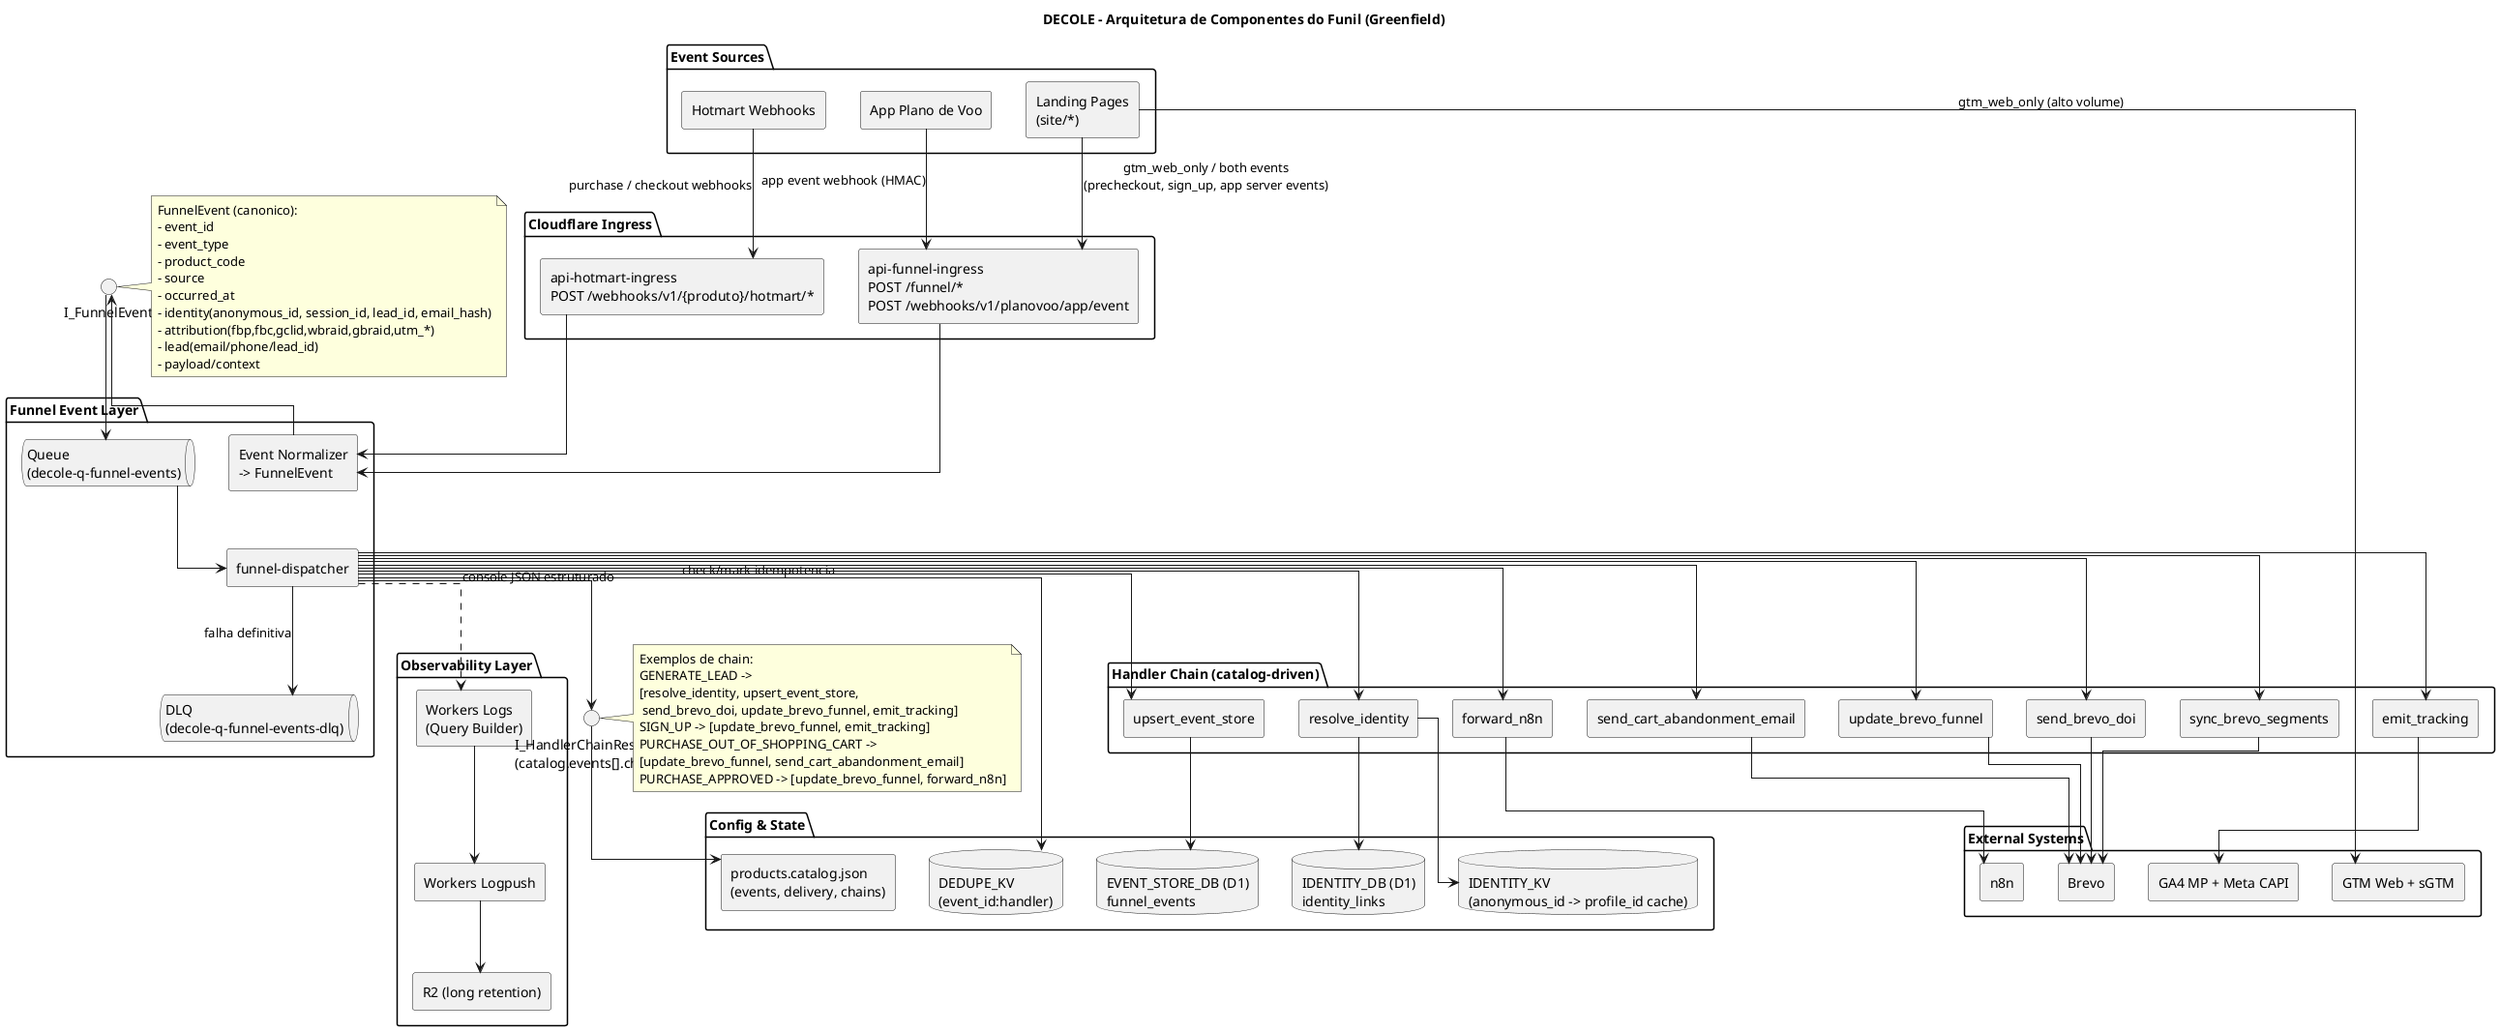
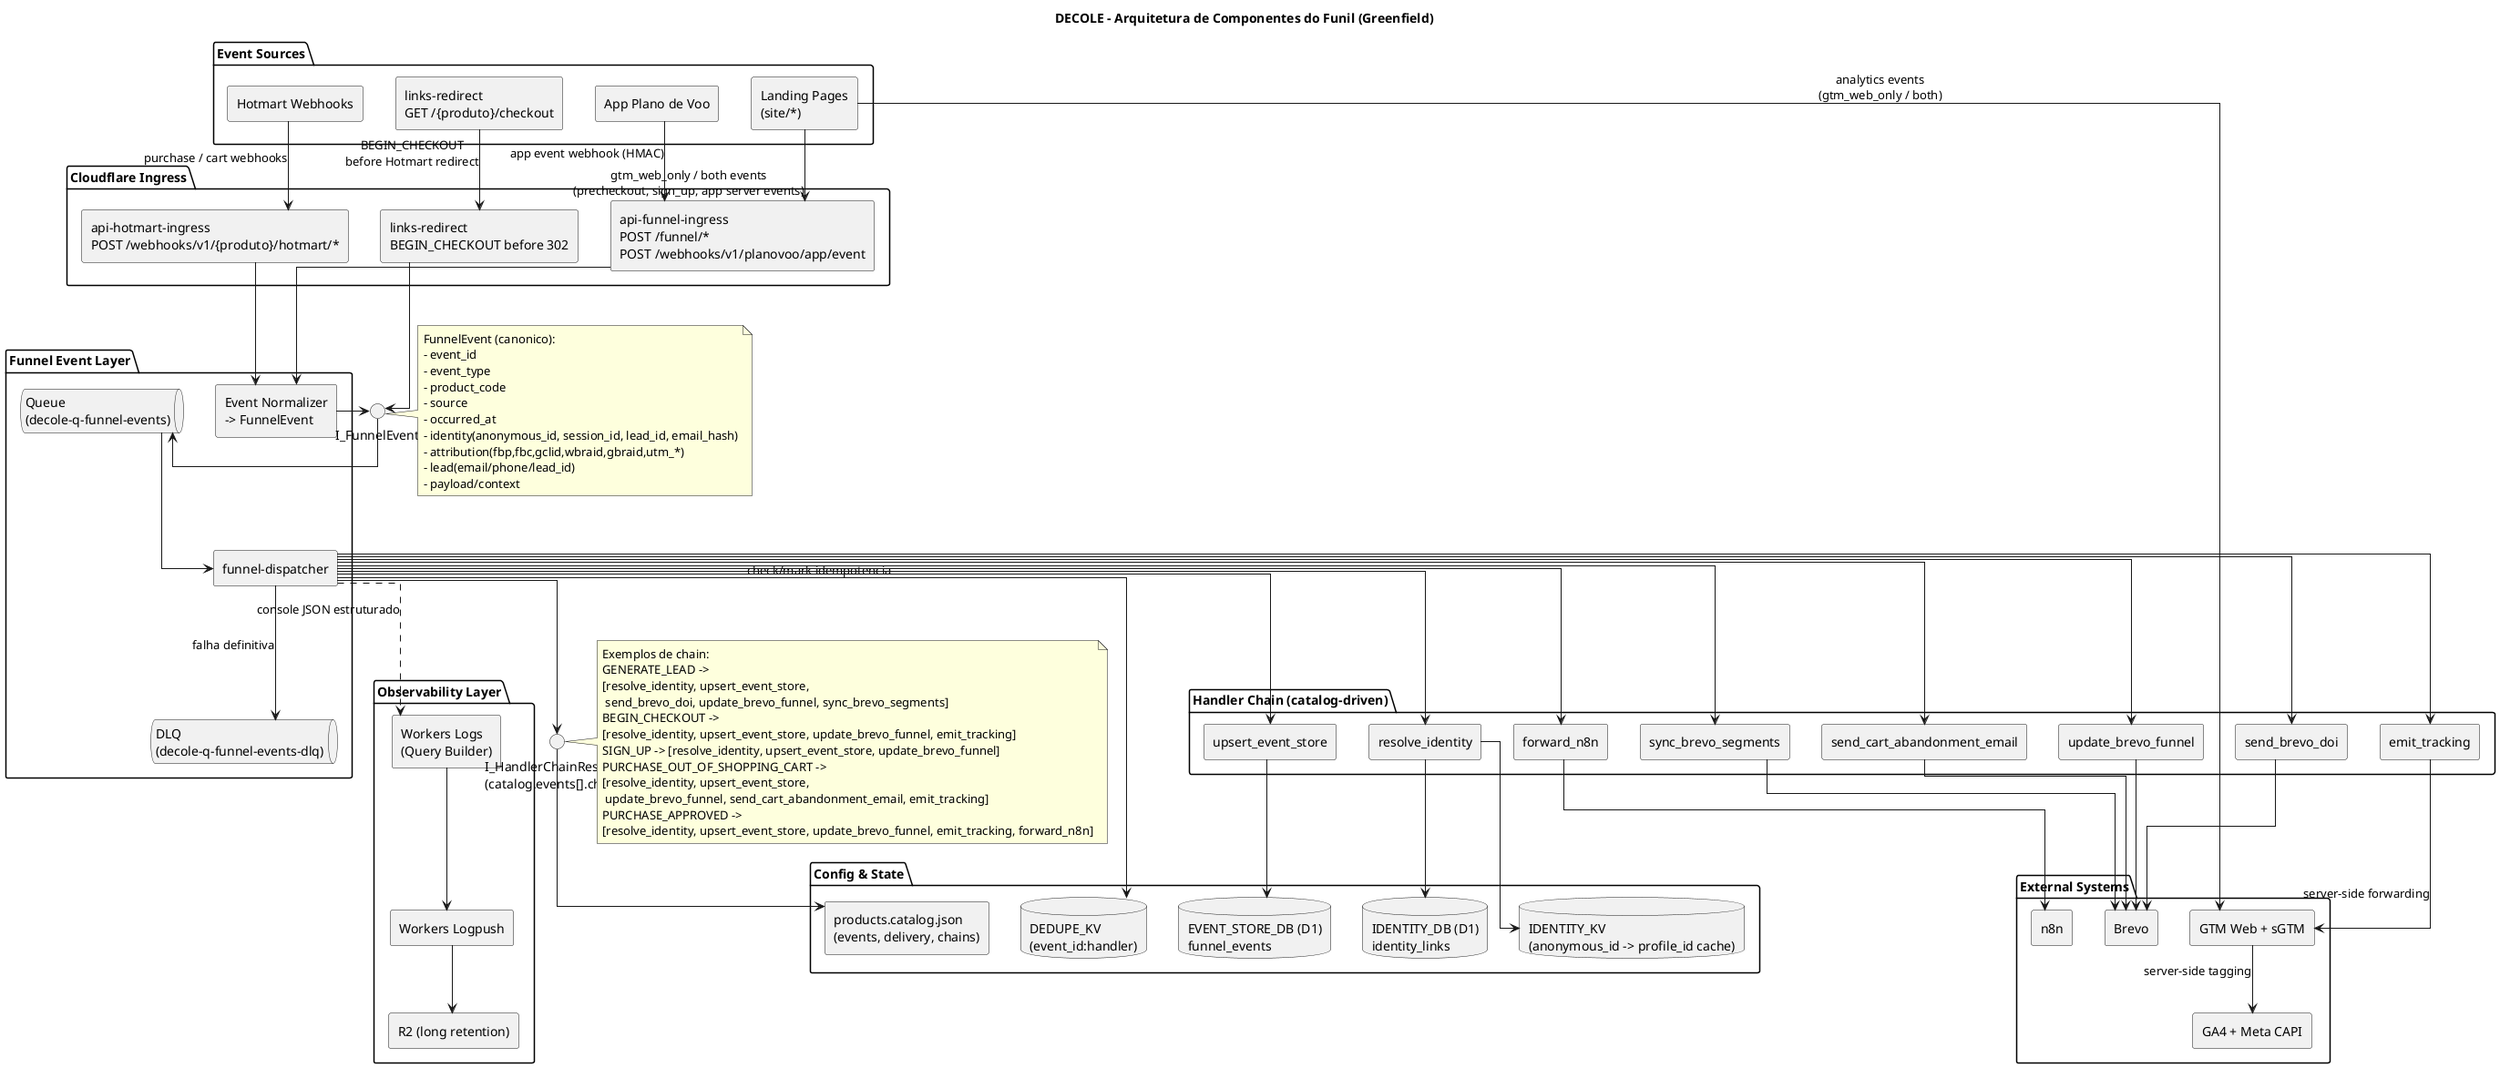
@startuml
title DECOLE - Arquitetura de Componentes do Funil (Greenfield)

skinparam shadowing false
skinparam componentStyle rectangle
skinparam linetype ortho

package "Event Sources" {
  [Landing Pages\n(site/*)] as src_site
  [App Plano de Voo] as src_app
+   [links-redirect\nGET /{produto}/checkout] as src_links
  [Hotmart Webhooks] as src_hotmart
}

package "Cloudflare Ingress" {
  [api-funnel-ingress\nPOST /funnel/*\nPOST /webhooks/v1/planovoo/app/event] as ingress_funnel
+   [links-redirect\nBEGIN_CHECKOUT before 302] as ingress_links
  [api-hotmart-ingress\nPOST /webhooks/v1/{produto}/hotmart/*] as ingress_hotmart
}

package "Funnel Event Layer" {
  [Event Normalizer\n-> FunnelEvent] as ev_norm
  queue "Queue\n(decole-q-funnel-events)" as q_funnel
  queue "DLQ\n(decole-q-funnel-events-dlq)" as q_dlq
  [funnel-dispatcher] as ev_disp
}

package "Handler Chain (catalog-driven)" {
  [resolve_identity] as h_resolve
  [upsert_event_store] as h_store
  [send_brevo_doi] as h_doi
  [update_brevo_funnel] as h_brevo
  [send_cart_abandonment_email] as h_cart
+   [emit_tracking] as h_track
  [forward_n8n] as h_n8n
-   [emit_tracking] as h_track
  [sync_brevo_segments] as h_sync
}

package "Config & State" {
  [products.catalog.json\n(events, delivery, chains)] as cfg_catalog
  database "IDENTITY_DB (D1)\nidentity_links" as db_identity
  database "EVENT_STORE_DB (D1)\nfunnel_events" as db_events
  database "DEDUPE_KV\n(event_id:handler)" as kv_dedupe
  database "IDENTITY_KV\n(anonymous_id -> profile_id cache)" as kv_identity
}

package "External Systems" {
  [Brevo] as ext_brevo
  [n8n] as ext_n8n
-   [GA4 MP + Meta CAPI] as ext_tracking
  [GTM Web + sGTM] as ext_gtm
+   [GA4 + Meta CAPI] as ext_analytics
}

package "Observability Layer" {
  [Workers Logs\n(Query Builder)] as obs_logs
  [Workers Logpush] as obs_push
  [R2 (long retention)] as obs_r2
}

interface "I_FunnelEvent" as I_EVENT
interface "I_HandlerChainResolver\n(catalog.events[].chain)" as I_CHAIN

src_site --> ingress_funnel : gtm_web_only / both events\n(precheckout, sign_up, app server events)
- src_site --> ext_gtm : gtm_web_only (alto volume)
+ src_site --> ext_gtm : analytics events\n(gtm_web_only / both)
src_app --> ingress_funnel : app event webhook (HMAC)
- src_hotmart --> ingress_hotmart : purchase / checkout webhooks
+ src_links --> ingress_links : BEGIN_CHECKOUT\nbefore Hotmart redirect
+ src_hotmart --> ingress_hotmart : purchase / cart webhooks
+ ext_gtm --> ext_analytics : server-side tagging

ingress_funnel --> ev_norm
+ ingress_links --> I_EVENT
ingress_hotmart --> ev_norm
ev_norm --> I_EVENT
I_EVENT --> q_funnel
q_funnel --> ev_disp

ev_disp --> I_CHAIN
I_CHAIN --> cfg_catalog

ev_disp --> kv_dedupe : check/mark idempotencia
ev_disp --> h_resolve
ev_disp --> h_store
ev_disp --> h_doi
ev_disp --> h_brevo
ev_disp --> h_cart
+ ev_disp --> h_track
ev_disp --> h_n8n
- ev_disp --> h_track
ev_disp --> h_sync

h_resolve --> db_identity
h_resolve --> kv_identity
h_store --> db_events
h_doi --> ext_brevo
h_brevo --> ext_brevo
h_cart --> ext_brevo
+ h_track --> ext_gtm : server-side forwarding
h_n8n --> ext_n8n
- h_track --> ext_tracking
h_sync --> ext_brevo
ev_disp --> q_dlq : falha definitiva

note right of I_EVENT
FunnelEvent (canonico):
- event_id
- event_type
- product_code
- source
- occurred_at
- identity(anonymous_id, session_id, lead_id, email_hash)
- attribution(fbp,fbc,gclid,wbraid,gbraid,utm_*)
- lead(email/phone/lead_id)
- payload/context
end note

note right of I_CHAIN
Exemplos de chain:
GENERATE_LEAD ->
[resolve_identity, upsert_event_store,
-  send_brevo_doi, update_brevo_funnel, emit_tracking]
- SIGN_UP -> [update_brevo_funnel, emit_tracking]
+  send_brevo_doi, update_brevo_funnel, sync_brevo_segments]
+ BEGIN_CHECKOUT ->
+ [resolve_identity, upsert_event_store, update_brevo_funnel, emit_tracking]
+ SIGN_UP -> [resolve_identity, upsert_event_store, update_brevo_funnel]
PURCHASE_OUT_OF_SHOPPING_CART ->
- [update_brevo_funnel, send_cart_abandonment_email]
- PURCHASE_APPROVED -> [update_brevo_funnel, forward_n8n]
+ [resolve_identity, upsert_event_store,
+  update_brevo_funnel, send_cart_abandonment_email, emit_tracking]
+ PURCHASE_APPROVED ->
+ [resolve_identity, upsert_event_store, update_brevo_funnel, emit_tracking, forward_n8n]
end note

ev_disp ..> obs_logs : console JSON estruturado
obs_logs --> obs_push
obs_push --> obs_r2

@enduml
